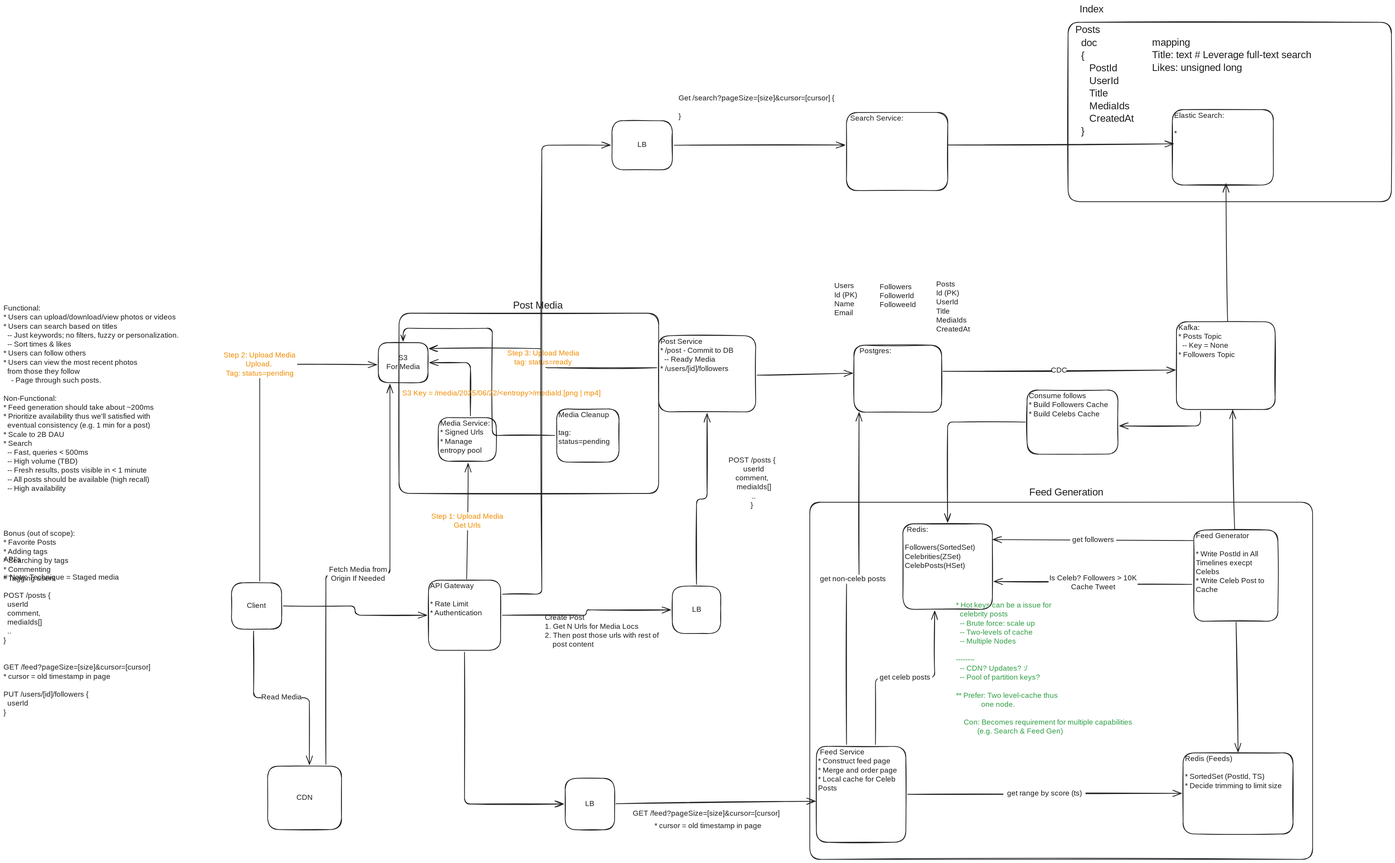
aedenj/continuous-improvement keeps this Excalidraw diagram as books/educative-grokking-sdi/instagram.excalidraw.svg. Above is the earlier version. Source tidied: one line per element, renumbered; positions are measured from the earlier drawing's top-left corner, leaving out a move shared by most shapes.
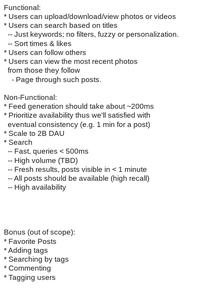
Above is the later version.

Change to the diagram source:
```diff
@@ -1,97 +1,1 @@
 {"id": 0, "type": "text", "text": "Functional:\n* Users can upload/download/view photos or videos\n* Users can search based on titles\n  -- Just keywords; no filters, fuzzy or personalization. \n  -- Sort times & likes\n* Users can follow others\n* Users can view the most recent photos \n  from those they follow\n    - Page through such posts.\n\nNon-Functional:\n* Feed generation should take about ~200ms\n* Prioritize availability thus we'll satisfied with \n  eventual consistency (e.g. 1 min for a post)\n* Scale to 2B DAU\n* Search\n  -- Fast, queries < 500ms\n  -- High volume (TBD)\n  -- Fresh results, posts visible in < 1 minute\n  -- All posts should be available (high recall)\n  -- High availability\n\n\n\n\nBonus (out of scope):\n* Favorite Posts\n* Adding tags\n* Searching by tags\n* Commenting\n* Tagging users\n", "strokeColor": "#1e1e1e", "strokeWidth": 2, "roughness": 1, "fontSize": 20, "fontFamily": 5, "x": 0, "y": 834, "width": 550, "height": 800}
-{"id": 1, "type": "text", "text": "API's\n\n# Note: Technique = Staged media\n\nPOST /posts {\n  userId\n  comment,  \n  mediaIds[]\n  ..\n}\n\n\nGET /feed?pageSize=[size]&cursor=[cursor] \n* cursor = old timestamp in page\n\nPUT /users/[id]/followers {\n  userId\n}\n\n", "strokeColor": "#1e1e1e", "strokeWidth": 2, "roughness": 1, "fontSize": 20, "fontFamily": 5, "x": 0, "y": 1531, "width": 444, "height": 500}
-{"id": 2, "type": "rectangle", "strokeColor": "#1e1e1e", "strokeWidth": 2, "roughness": 1, "round": true, "x": 633, "y": 1608, "width": 139, "height": 128}
-{"id": 3, "type": "text", "text": "Client", "strokeColor": "#1e1e1e", "strokeWidth": 2, "roughness": 1, "fontSize": 20, "fontFamily": 5, "textAlign": "center", "verticalAlign": "middle", "inside": 2, "x": 675, "y": 1659, "width": 54, "height": 25}
-{"id": 4, "type": "rectangle", "strokeColor": "#1e1e1e", "strokeWidth": 2, "roughness": 1, "round": true, "x": 1180, "y": 1600, "width": 200, "height": 195}
-{"id": 5, "type": "text", "text": "API Gateway\n\n* Rate Limit\n* Authentication", "strokeColor": "#1e1e1e", "strokeWidth": 2, "roughness": 1, "fontSize": 20, "fontFamily": 5, "inside": 4, "x": 1185, "y": 1605, "width": 163, "height": 100}
-{"id": 6, "type": "arrow", "strokeColor": "#1e1e1e", "strokeWidth": 2, "roughness": 1, "endArrowhead": "arrow", "from": 2, "to": 4, "x": 777, "y": 1672, "width": 398, "height": 26, "points": [[0, 0], [199, 0], [199, 26], [398, 26]]}
-{"id": 7, "type": "rectangle", "strokeColor": "#1e1e1e", "strokeWidth": 2, "roughness": 1, "round": true, "x": 1818, "y": 922, "width": 270, "height": 211}
-{"id": 8, "type": "text", "text": "Post Service\n* /post - Commit to DB\n  -- Ready Media\n* /users/[id]/followers", "strokeColor": "#1e1e1e", "strokeWidth": 2, "roughness": 1, "fontSize": 20, "fontFamily": 5, "inside": 7, "x": 1823, "y": 927, "width": 236, "height": 100}
-{"id": 9, "type": "arrow", "strokeColor": "#1e1e1e", "strokeWidth": 2, "roughness": 1, "endArrowhead": "arrow", "from": 4, "to": 18, "x": 1385, "y": 1697, "width": 467, "height": 15, "points": [[0, 0], [233, 0], [233, -15], [467, -15]]}
-{"id": 10, "type": "rectangle", "strokeColor": "#1e1e1e", "strokeWidth": 2, "roughness": 1, "round": true, "x": 2361, "y": 948, "width": 244, "height": 186}
-{"id": 11, "type": "text", "text": "  Postgres:", "strokeColor": "#1e1e1e", "strokeWidth": 2, "roughness": 1, "fontSize": 20, "fontFamily": 5, "inside": 10, "x": 2366, "y": 953, "width": 109, "height": 25}
-{"id": 12, "type": "arrow", "strokeColor": "#1e1e1e", "strokeWidth": 2, "roughness": 1, "endArrowhead": "arrow", "from": 7, "to": 10, "x": 2092, "y": 1031, "width": 265, "height": 5, "points": [[0, 0], [265, -5]]}
-{"id": 13, "type": "arrow", "strokeColor": "#1e1e1e", "strokeWidth": 2, "roughness": 1, "endArrowhead": "arrow", "from": 4, "to": 27, "x": 1286, "y": 1597, "width": 4, "height": 320, "points": [[0, 0], [4, -320]]}
-{"id": 14, "type": "text", "text": "Step 1: Upload Media\nGet Urls", "strokeColor": "#f08c00", "strokeWidth": 2, "roughness": 1, "fontSize": 20, "fontFamily": 5, "textAlign": "center", "verticalAlign": "middle", "inside": 13, "x": 1185, "y": 1337, "width": 203, "height": 50}
-{"id": 15, "type": "text", "text": "Create Post\n1. Get N Urls for Media Locs\n2. Then post those urls with rest of \n    post content", "strokeColor": "#1e1e1e", "strokeWidth": 2, "roughness": 1, "fontSize": 20, "fontFamily": 5, "x": 1502, "y": 1692, "width": 372, "height": 100}
-{"id": 16, "type": "arrow", "strokeColor": "#1e1e1e", "strokeWidth": 2, "roughness": 1, "endArrowhead": "arrow", "from": 2, "to": 29, "x": 711, "y": 1603, "width": 324, "height": 600, "points": [[0, 0], [0, -600], [324, -600]]}
-{"id": 17, "type": "text", "text": "Step 2: Upload Media\nUpload, \nTag: status=pending", "strokeColor": "#f08c00", "strokeWidth": 2, "roughness": 1, "fontSize": 20, "fontFamily": 5, "textAlign": "center", "verticalAlign": "middle", "inside": 16, "x": 610, "y": 965, "width": 208, "height": 75}
-{"id": 18, "type": "rectangle", "strokeColor": "#1e1e1e", "strokeWidth": 2, "roughness": 1, "round": true, "x": 1857, "y": 1617, "width": 135, "height": 131}
-{"id": 19, "type": "text", "text": "LB", "strokeColor": "#1e1e1e", "strokeWidth": 2, "roughness": 1, "fontSize": 20, "fontFamily": 5, "textAlign": "center", "verticalAlign": "middle", "inside": 18, "x": 1911, "y": 1670, "width": 26, "height": 25}
-{"id": 20, "type": "arrow", "strokeColor": "#1e1e1e", "strokeWidth": 2, "roughness": 1, "endArrowhead": "arrow", "from": 18, "to": 7, "x": 1924, "y": 1612, "width": 29, "height": 474, "points": [[0, 0], [0, -237], [29, -237], [29, -474]]}
-{"id": 21, "type": "rectangle", "strokeColor": "#1e1e1e", "strokeWidth": 2, "roughness": 1, "round": true, "x": 3256, "y": 883, "width": 274, "height": 243}
-{"id": 22, "type": "text", "text": "Kafka:\n* Posts Topic\n  -- Key = None\n* Followers Topic", "strokeColor": "#1e1e1e", "strokeWidth": 2, "roughness": 1, "fontSize": 20, "fontFamily": 5, "inside": 21, "x": 3261, "y": 888, "width": 169, "height": 100}
-{"id": 23, "type": "arrow", "strokeColor": "#1e1e1e", "strokeWidth": 2, "roughness": 1, "endArrowhead": "arrow", "from": 10, "to": 21, "x": 2608, "y": 1020, "width": 644, "height": 4, "points": [[0, 0], [644, -4]]}
-{"id": 24, "type": "text", "text": "CDC", "strokeColor": "#1e1e1e", "strokeWidth": 2, "roughness": 1, "fontSize": 20, "fontFamily": 5, "textAlign": "center", "verticalAlign": "middle", "inside": 23, "x": 2789, "y": 1006, "width": 41, "height": 25}
-{"id": 25, "type": "rectangle", "strokeColor": "#1e1e1e", "strokeWidth": 2, "roughness": 1, "round": true, "x": 1098, "y": 859, "width": 721, "height": 500}
-{"id": 26, "type": "text", "text": "Post Media", "strokeColor": "#1e1e1e", "strokeWidth": 2, "roughness": 1, "fontSize": 28, "fontFamily": 5, "x": 1415, "y": 822, "width": 154, "height": 35}
-{"id": 27, "type": "rectangle", "strokeColor": "#1e1e1e", "strokeWidth": 2, "roughness": 1, "round": true, "x": 1207, "y": 1149, "width": 161, "height": 121}
-{"id": 28, "type": "text", "text": "Media Service:\n* Signed Urls\n* Manage\nentropy pool", "strokeColor": "#1e1e1e", "strokeWidth": 2, "roughness": 1, "fontSize": 20, "fontFamily": 5, "inside": 27, "x": 1212, "y": 1154, "width": 135, "height": 100}
-{"id": 29, "type": "rectangle", "strokeColor": "#1e1e1e", "strokeWidth": 2, "roughness": 1, "round": true, "x": 1041, "y": 941, "width": 138, "height": 111}
-{"id": 30, "type": "text", "text": "S3\nFor Media", "strokeColor": "#1e1e1e", "strokeWidth": 2, "roughness": 1, "fontSize": 20, "fontFamily": 5, "textAlign": "center", "verticalAlign": "middle", "inside": 29, "x": 1062, "y": 971, "width": 95, "height": 50}
-{"id": 31, "type": "arrow", "strokeColor": "#1e1e1e", "strokeWidth": 2, "roughness": 1, "endArrowhead": "arrow", "from": 27, "to": 29, "x": 1296, "y": 1144, "width": 113, "height": 148, "points": [[0, 0], [0, -148], [-113, -148]]}
-{"id": 32, "type": "arrow", "strokeColor": "#1e1e1e", "strokeWidth": 2, "roughness": 1, "endArrowhead": "arrow", "from": 7, "to": 29, "x": 1813, "y": 1011, "width": 632, "height": 53, "points": [[0, 0], [-315, 0], [-315, -53], [-632, -53]]}
-{"id": 33, "type": "text", "text": "Step 3: Upload Media\ntag: status=ready", "strokeColor": "#f08c00", "strokeWidth": 2, "roughness": 1, "fontSize": 20, "fontFamily": 5, "textAlign": "center", "verticalAlign": "middle", "inside": 32, "x": 1395, "y": 952, "width": 206, "height": 50}
-{"id": 34, "type": "rectangle", "strokeColor": "#1e1e1e", "strokeWidth": 2, "roughness": 1, "round": true, "x": 1536, "y": 1125, "width": 173, "height": 148}
-{"id": 35, "type": "text", "text": "Media Cleanup\n\ntag:\nstatus=pending", "strokeColor": "#1e1e1e", "strokeWidth": 2, "roughness": 1, "fontSize": 20, "fontFamily": 5, "inside": 34, "x": 1541, "y": 1130, "width": 148, "height": 100}
-{"id": 36, "type": "arrow", "strokeColor": "#1e1e1e", "strokeWidth": 2, "roughness": 1, "endArrowhead": "arrow", "from": 34, "to": 29, "x": 1531, "y": 1198, "width": 421, "height": 298, "points": [[0, 0], [-174, 0], [-174, -298], [-421, -298], [-421, -263]]}
-{"id": 37, "type": "text", "text": "S3 Key = /media/2025/06/22/<entropy>/mediaId.[png | mp4]", "strokeColor": "#f08c00", "strokeWidth": 2, "roughness": 1, "fontSize": 20, "fontFamily": 5, "x": 1106, "y": 1069, "width": 606, "height": 25}
-{"id": 38, "type": "text", "text": "\nPOST /posts {\n  userId\n  comment,  \n  mediaIds[]\n  ..\n}", "strokeColor": "#1e1e1e", "strokeWidth": 2, "roughness": 1, "fontSize": 20, "fontFamily": 5, "textAlign": "center", "x": 2002, "y": 1231, "width": 152, "height": 175}
-{"id": 39, "type": "arrow", "strokeColor": "#1e1e1e", "strokeWidth": 2, "roughness": 1, "endArrowhead": "arrow", "from": 61, "to": 21, "x": 3418, "y": 1458, "width": 6, "height": 330, "points": [[0, 0], [-6, -330]]}
-{"id": 40, "type": "text", "text": "Users\nId (PK)\nName\nEmail", "strokeColor": "#1e1e1e", "strokeWidth": 2, "roughness": 1, "fontSize": 20, "fontFamily": 5, "x": 2306, "y": 772, "width": 74, "height": 100}
-{"id": 41, "type": "text", "text": "Posts\nId (PK)\nUserId\nTitle\nMediaIds\nCreatedAt\n", "strokeColor": "#1e1e1e", "strokeWidth": 2, "roughness": 1, "fontSize": 20, "fontFamily": 5, "x": 2589, "y": 767, "width": 101, "height": 175}
-{"id": 42, "type": "text", "text": "Followers\nFollowerId\nFolloweeId", "strokeColor": "#1e1e1e", "strokeWidth": 2, "roughness": 1, "fontSize": 20, "fontFamily": 5, "x": 2432, "y": 774, "width": 104, "height": 75}
-{"id": 43, "type": "rectangle", "strokeColor": "#1e1e1e", "strokeWidth": 2, "roughness": 1, "round": true, "x": 2842, "y": 1072, "width": 252, "height": 178}
-{"id": 44, "type": "text", "text": "Consume follows\n* Build Followers Cache\n* Build Celebs Cache", "strokeColor": "#1e1e1e", "strokeWidth": 2, "roughness": 1, "fontSize": 20, "fontFamily": 5, "inside": 43, "x": 2847, "y": 1077, "width": 228, "height": 75}
-{"id": 45, "type": "arrow", "strokeColor": "#1e1e1e", "strokeWidth": 2, "roughness": 1, "endArrowhead": "arrow", "from": 21, "to": 43, "x": 3323, "y": 1131, "width": 224, "height": 41, "points": [[0, 0], [0, 41], [-224, 41]]}
-{"id": 46, "type": "arrow", "strokeColor": "#1e1e1e", "strokeWidth": 2, "roughness": 1, "endArrowhead": "arrow", "from": 43, "to": 66, "x": 2837, "y": 1161, "width": 216, "height": 277, "points": [[0, 0], [-216, 0], [-216, 277]]}
-{"id": 47, "type": "rectangle", "strokeColor": "#1e1e1e", "strokeWidth": 2, "roughness": 1, "round": true, "x": 1559, "y": 2150, "width": 137, "height": 143}
-{"id": 48, "type": "text", "text": "LB", "strokeColor": "#1e1e1e", "strokeWidth": 2, "roughness": 1, "fontSize": 20, "fontFamily": 5, "textAlign": "center", "verticalAlign": "middle", "inside": 47, "x": 1615, "y": 2209, "width": 26, "height": 25}
-{"id": 49, "type": "arrow", "strokeColor": "#1e1e1e", "strokeWidth": 2, "roughness": 1, "endArrowhead": "arrow", "from": 4, "to": 47, "x": 1280, "y": 1800, "width": 275, "height": 421, "points": [[0, 0], [0, 421], [275, 421]]}
-{"id": 50, "type": "arrow", "strokeColor": "#1e1e1e", "strokeWidth": 2, "roughness": 1, "endArrowhead": "arrow", "from": 47, "to": 70, "x": 1700, "y": 2220, "width": 553, "height": 7, "points": [[0, 0], [553, -7]]}
-{"id": 51, "type": "rectangle", "strokeColor": "#1e1e1e", "strokeWidth": 2, "roughness": 1, "round": true, "x": 733, "y": 2116, "width": 205, "height": 176}
-{"id": 52, "type": "text", "text": "CDN", "strokeColor": "#1e1e1e", "strokeWidth": 2, "roughness": 1, "fontSize": 20, "fontFamily": 5, "textAlign": "center", "verticalAlign": "middle", "inside": 51, "x": 815, "y": 2192, "width": 41, "height": 25}
-{"id": 53, "type": "arrow", "strokeColor": "#1e1e1e", "strokeWidth": 2, "roughness": 1, "endArrowhead": "arrow", "from": 2, "to": 51, "x": 694, "y": 1741, "width": 155, "height": 370, "points": [[0, 0], [0, 185], [155, 185], [155, 370]]}
-{"id": 54, "type": "text", "text": "Read Media", "strokeColor": "#1e1e1e", "strokeWidth": 2, "roughness": 1, "fontSize": 20, "fontFamily": 5, "textAlign": "center", "verticalAlign": "middle", "inside": 53, "x": 716, "y": 1914, "width": 112, "height": 25}
-{"id": 55, "type": "arrow", "strokeColor": "#1e1e1e", "strokeWidth": 2, "roughness": 1, "endArrowhead": "arrow", "from": 51, "to": 29, "x": 895, "y": 2111, "width": 178, "height": 1054, "points": [[0, 0], [0, -527], [178, -527], [178, -1054]]}
-{"id": 56, "type": "text", "text": "Fetch Media from\nOrigin If Needed", "strokeColor": "#1e1e1e", "strokeWidth": 2, "roughness": 1, "fontSize": 20, "fontFamily": 5, "textAlign": "center", "verticalAlign": "middle", "inside": 55, "x": 899, "y": 1559, "width": 170, "height": 50}
-{"id": 57, "type": "arrow", "strokeColor": "#1e1e1e", "strokeWidth": 2, "roughness": 1, "endArrowhead": "arrow", "from": 70, "to": 10, "x": 2340, "y": 2056, "width": 35, "height": 921, "points": [[0, 0], [0, -459], [35, -459], [35, -921]]}
-{"id": 58, "type": "text", "text": "get non-celeb posts", "strokeColor": "#1e1e1e", "strokeWidth": 2, "roughness": 1, "fontSize": 20, "fontFamily": 5, "textAlign": "center", "verticalAlign": "middle", "inside": 57, "x": 2262, "y": 1585, "width": 193, "height": 25}
-{"id": 59, "type": "text", "text": "GET /feed?pageSize=[size]&cursor=[cursor]", "strokeColor": "#1e1e1e", "strokeWidth": 2, "roughness": 1, "fontSize": 20, "fontFamily": 5, "x": 1747, "y": 2236, "width": 436, "height": 25}
-{"id": 60, "type": "text", "text": "* cursor = old timestamp in page", "strokeColor": "#1e1e1e", "strokeWidth": 2, "roughness": 1, "fontSize": 20, "fontFamily": 5, "x": 1807, "y": 2271, "width": 315, "height": 25}
-{"id": 61, "type": "rectangle", "strokeColor": "#1e1e1e", "strokeWidth": 2, "roughness": 1, "round": true, "x": 3305, "y": 1461, "width": 233, "height": 253}
-{"id": 62, "type": "text", "text": "Feed Generator\n\n* Write PostId in All\nTimelines execpt\nCelebs\n* Write Celeb Post to\nCache", "strokeColor": "#1e1e1e", "strokeWidth": 2, "roughness": 1, "fontSize": 20, "fontFamily": 5, "inside": 61, "x": 3310, "y": 1466, "width": 213, "height": 175}
-{"id": 63, "type": "arrow", "strokeColor": "#1e1e1e", "strokeWidth": 2, "roughness": 1, "endArrowhead": "arrow", "from": 61, "to": 64, "x": 3422, "y": 1717, "width": 6, "height": 360, "points": [[0, 0], [6, 360]]}
-{"id": 64, "type": "rectangle", "strokeColor": "#1e1e1e", "strokeWidth": 2, "roughness": 1, "round": true, "x": 3275, "y": 2079, "width": 305, "height": 225}
-{"id": 65, "type": "text", "text": "Redis (Feeds)\n\n* SortedSet (PostId, TS)\n* Decide trimming to limit size", "strokeColor": "#1e1e1e", "strokeWidth": 2, "roughness": 1, "fontSize": 20, "fontFamily": 5, "inside": 64, "x": 3280, "y": 2084, "width": 292, "height": 100}
-{"id": 66, "type": "rectangle", "strokeColor": "#1e1e1e", "strokeWidth": 2, "roughness": 1, "round": true, "x": 2497, "y": 1443, "width": 248, "height": 238}
-{"id": 67, "type": "text", "text": " Redis:\n\nFollowers(SortedSet)\nCelebrities(ZSet)\nCelebPosts(HSet)", "strokeColor": "#1e1e1e", "strokeWidth": 2, "roughness": 1, "fontSize": 20, "fontFamily": 5, "inside": 66, "x": 2502, "y": 1448, "width": 208, "height": 125}
-{"id": 68, "type": "arrow", "strokeColor": "#1e1e1e", "strokeWidth": 2, "roughness": 1, "endArrowhead": "arrow", "from": 61, "to": 66, "x": 3303, "y": 1490, "width": 555, "height": 3, "points": [[0, 0], [-555, -3]]}
-{"id": 69, "type": "text", "text": "get followers", "strokeColor": "#1e1e1e", "strokeWidth": 2, "roughness": 1, "fontSize": 20, "fontFamily": 5, "textAlign": "center", "verticalAlign": "middle", "inside": 68, "x": 2802, "y": 1518, "width": 128, "height": 25}
-{"id": 70, "type": "rectangle", "strokeColor": "#1e1e1e", "strokeWidth": 2, "roughness": 1, "round": true, "x": 2257, "y": 2061, "width": 248, "height": 266}
-{"id": 71, "type": "text", "text": " Feed Service\n* Construct feed page\n* Merge and order page\n* Local cache for Celeb\nPosts", "strokeColor": "#1e1e1e", "strokeWidth": 2, "roughness": 1, "fontSize": 20, "fontFamily": 5, "inside": 70, "x": 2262, "y": 2066, "width": 227, "height": 125}
-{"id": 72, "type": "arrow", "strokeColor": "#1e1e1e", "strokeWidth": 2, "roughness": 1, "endArrowhead": "arrow", "from": 70, "to": 66, "x": 2421, "y": 2056, "width": 164, "height": 370, "points": [[0, 0], [0, -185], [164, -185], [164, -370]]}
-{"id": 73, "type": "text", "text": "get celeb posts", "strokeColor": "#1e1e1e", "strokeWidth": 2, "roughness": 1, "fontSize": 20, "fontFamily": 5, "textAlign": "center", "verticalAlign": "middle", "inside": 72, "x": 2428, "y": 1859, "width": 152, "height": 25}
-{"id": 74, "type": "arrow", "strokeColor": "#1e1e1e", "strokeWidth": 2, "roughness": 1, "endArrowhead": "arrow", "from": 70, "to": 64, "x": 2510, "y": 2194, "width": 760, "height": 2, "points": [[0, 0], [380, 0], [380, -2], [760, -2]]}
-{"id": 75, "type": "text", "text": "get range by score (ts)", "strokeColor": "#1e1e1e", "strokeWidth": 2, "roughness": 1, "fontSize": 20, "fontFamily": 5, "textAlign": "center", "verticalAlign": "middle", "inside": 74, "x": 2732, "y": 2181, "width": 228, "height": 25}
-{"id": 76, "type": "arrow", "strokeColor": "#1e1e1e", "strokeWidth": 2, "roughness": 1, "endArrowhead": "arrow", "from": 61, "to": 66, "x": 3300, "y": 1612, "width": 549, "height": 8, "points": [[0, 0], [-275, 0], [-275, -8], [-549, -8]]}
-{"id": 77, "type": "text", "text": "Is Celeb? Followers > 10K\nCache Tweet", "strokeColor": "#1e1e1e", "strokeWidth": 2, "roughness": 1, "fontSize": 20, "fontFamily": 5, "textAlign": "center", "verticalAlign": "middle", "inside": 76, "x": 2864, "y": 1587, "width": 247, "height": 50}
-{"id": 78, "type": "text", "text": "* Hot keys can be a issue for\n  celebrity posts\n  -- Brute force: scale up\n  -- Two-levels of cache\n  -- Multiple Nodes\n\n--------\n  -- CDN? Updates? :/\n  -- Pool of partition keys?\n\n** Prefer: Two level-cache thus\n             one node.\n            \n    Con: Becomes requirement for multiple capabilities\n           (e.g. Search & Feed Gen)", "strokeColor": "#2f9e44", "strokeWidth": 2, "roughness": 1, "fontSize": 20, "fontFamily": 5, "x": 2644, "y": 1659, "width": 512, "height": 375}
-{"id": 79, "type": "rectangle", "strokeColor": "#1e1e1e", "strokeWidth": 2, "roughness": 1, "round": true, "x": 2238, "y": 1384, "width": 1396, "height": 991}
-{"id": 80, "type": "text", "text": "Feed Generation", "strokeColor": "#1e1e1e", "strokeWidth": 2, "roughness": 1, "fontSize": 28, "fontFamily": 5, "x": 2848, "y": 1340, "width": 223, "height": 35}
-{"id": 81, "type": "rectangle", "strokeColor": "#1e1e1e", "strokeWidth": 2, "roughness": 1, "round": true, "x": 3245, "y": 294, "width": 281, "height": 209}
-{"id": 82, "type": "text", "text": "Elastic Search:\n\n* ", "strokeColor": "#1e1e1e", "strokeWidth": 2, "roughness": 1, "fontSize": 20, "fontFamily": 5, "inside": 81, "x": 3250, "y": 299, "width": 145, "height": 75}
-{"id": 83, "type": "rectangle", "strokeColor": "#1e1e1e", "strokeWidth": 2, "roughness": 1, "round": true, "x": 2340, "y": 302, "width": 281, "height": 217}
-{"id": 84, "type": "text", "text": " Search Service:\n", "strokeColor": "#1e1e1e", "strokeWidth": 2, "roughness": 1, "fontSize": 20, "fontFamily": 5, "inside": 83, "x": 2345, "y": 307, "width": 153, "height": 50}
-{"id": 85, "type": "rectangle", "strokeColor": "#1e1e1e", "strokeWidth": 2, "roughness": 1, "round": true, "x": 1689, "y": 325, "width": 168, "height": 136}
-{"id": 86, "type": "text", "text": "LB", "strokeColor": "#1e1e1e", "strokeWidth": 2, "roughness": 1, "fontSize": 20, "fontFamily": 5, "textAlign": "center", "verticalAlign": "middle", "inside": 85, "x": 1760, "y": 381, "width": 26, "height": 25}
-{"id": 87, "type": "arrow", "strokeColor": "#1e1e1e", "strokeWidth": 2, "roughness": 1, "endArrowhead": "arrow", "from": 4, "to": 85, "x": 1385, "y": 1639, "width": 299, "height": 1246, "points": [[0, 0], [109, 0], [109, -1246], [299, -1246]]}
-{"id": 88, "type": "arrow", "strokeColor": "#1e1e1e", "strokeWidth": 2, "roughness": 1, "endArrowhead": "arrow", "from": 85, "to": 83, "x": 1862, "y": 393, "width": 473, "height": 0, "points": [[0, 0], [473, 0]]}
-{"id": 89, "type": "text", "text": "Get /search?pageSize=[size]&cursor=[cursor] {\n\n}", "strokeColor": "#1e1e1e", "strokeWidth": 2, "roughness": 1, "fontSize": 20, "fontFamily": 5, "x": 1873, "y": 251, "width": 464, "height": 75}
-{"id": 90, "type": "rectangle", "strokeColor": "#1e1e1e", "strokeWidth": 2, "roughness": 1, "round": true, "x": 2956, "y": 52, "width": 898, "height": 498}
-{"id": 91, "type": "text", "text": "  Posts", "strokeColor": "#1e1e1e", "strokeWidth": 2, "roughness": 1, "fontSize": 28, "fontFamily": 5, "inside": 90, "x": 2961, "y": 57, "width": 104, "height": 35}
-{"id": 92, "type": "text", "text": "doc \n{\n   PostId\n   UserId\n   Title\n   MediaIds\n   CreatedAt\n}", "strokeColor": "#1e1e1e", "strokeWidth": 2, "roughness": 1, "fontSize": 28, "fontFamily": 5, "verticalAlign": "middle", "x": 2992, "y": 94, "width": 175, "height": 280}
-{"id": 93, "type": "text", "text": "Index", "strokeColor": "#1e1e1e", "strokeWidth": 2, "roughness": 1, "fontSize": 28, "fontFamily": 5, "x": 2988, "y": 0, "width": 79, "height": 35}
-{"id": 94, "type": "text", "text": "mapping\nTitle: text # Leverage full-text search\nLikes: unsigned long", "strokeColor": "#1e1e1e", "strokeWidth": 2, "roughness": 1, "fontSize": 28, "fontFamily": 5, "verticalAlign": "middle", "x": 3189, "y": 92, "width": 537, "height": 105}
-{"id": 95, "type": "arrow", "strokeColor": "#1e1e1e", "strokeWidth": 2, "roughness": 1, "endArrowhead": "arrow", "from": 83, "to": 81, "x": 2621, "y": 392, "width": 627, "height": 3, "points": [[0, 0], [627, -3]]}
-{"id": 96, "type": "arrow", "strokeColor": "#1e1e1e", "strokeWidth": 2, "roughness": 1, "endArrowhead": "arrow", "from": 21, "to": 81, "x": 3399, "y": 881, "width": 5, "height": 381, "points": [[0, 0], [-5, -381]]}
```
